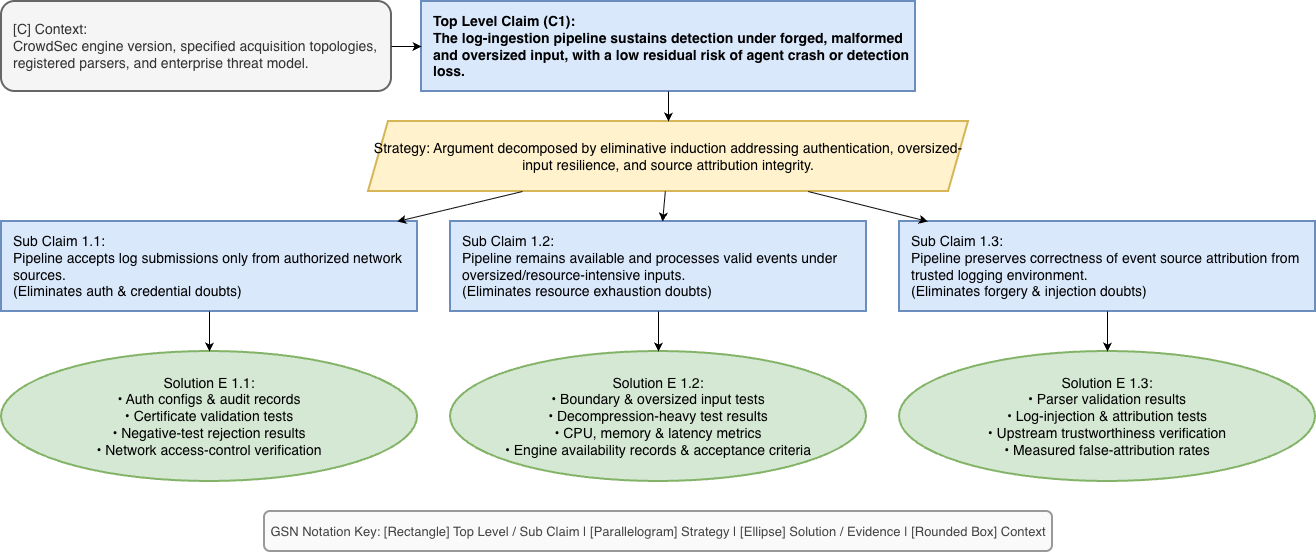
This is resources/static/assurance/final-top-level-C1.png from HapticLazier2/CSCI-8420-Group-2, a draw.io export, as it was before one commit. Source tidied: cells renumbered, new cells last; positions are measured from the earlier drawing's top-left corner, leaving out a move shared by most shapes.
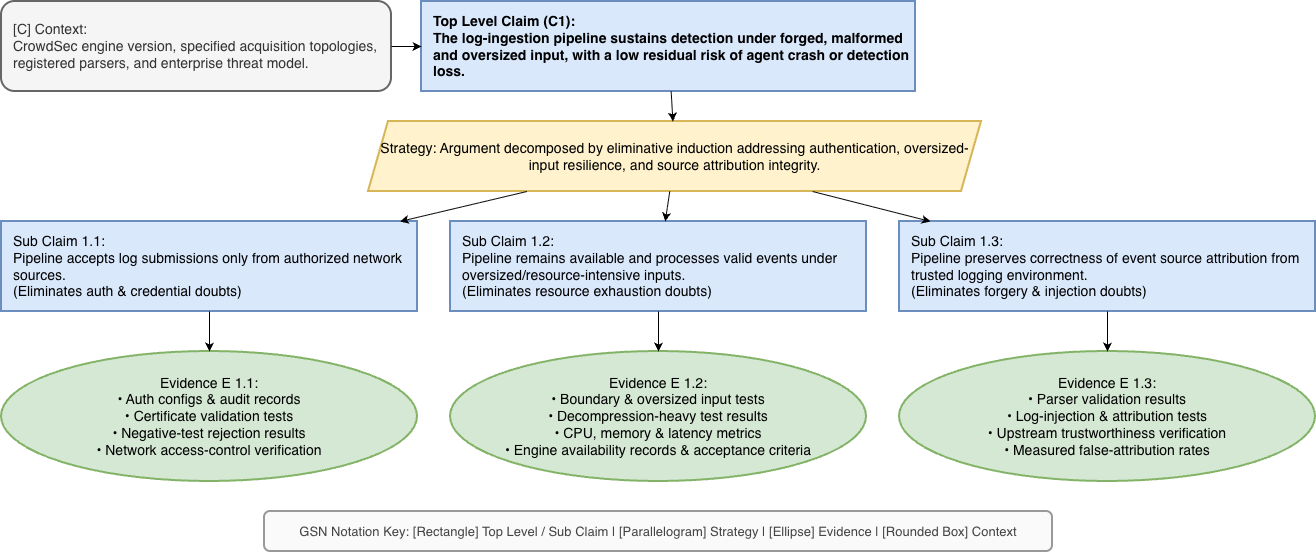
The same diagram one commit later.

Commit message:
Change the diagram wording from Solution to Evidence

Change to the diagram source:
```diff
@@ -12,7 +12,7 @@
       <mxGeometry relative="1" as="geometry" />
     </mxCell>
     <mxCell id="5" value="Strategy: Argument decomposed by eliminative induction addressing authentication, oversized-input resilience, and source attribution integrity." style="shape=parallelogram;perimeter=parallelogramPerimeter;whiteSpace=wrap;html=1;fixedSize=1;fillColor=#fff2cc;strokeColor=#d6b656;strokeWidth=2;align=center;fontSize=14;" parent="1" vertex="1">
-      <mxGeometry x="367" y="120" width="600" height="70" as="geometry" />
+      <mxGeometry x="367" y="120" width="613" height="70" as="geometry" />
     </mxCell>
     <mxCell id="6" parent="1" edge="1" source="3" target="5">
       <mxGeometry relative="1" as="geometry" />
@@ -35,13 +35,13 @@
     <mxCell id="12" parent="1" edge="1" source="5" target="9">
       <mxGeometry relative="1" as="geometry" />
     </mxCell>
-    <mxCell id="13" value="Solution E 1.1:&#10;• Auth configs &amp; audit records&#10;• Certificate validation tests&#10;• Negative-test rejection results&#10;• Network access-control verification" style="shape=ellipse;whiteSpace=wrap;html=1;fillColor=#d5e8d4;strokeColor=#82b366;strokeWidth=2;align=center;fontSize=14;" parent="1" vertex="1">
+    <mxCell id="13" value="Evidence E 1.1:&#10;• Auth configs &amp; audit records&#10;• Certificate validation tests&#10;• Negative-test rejection results&#10;• Network access-control verification" style="shape=ellipse;whiteSpace=wrap;html=1;fillColor=#d5e8d4;strokeColor=#82b366;strokeWidth=2;align=center;fontSize=14;" parent="1" vertex="1">
       <mxGeometry y="350" width="416" height="130" as="geometry" />
     </mxCell>
-    <mxCell id="14" value="Solution E 1.2:&#10;• Boundary &amp; oversized input tests&#10;• Decompression-heavy test results&#10;• CPU, memory &amp; latency metrics&#10;• Engine availability records &amp; acceptance criteria" style="shape=ellipse;whiteSpace=wrap;html=1;fillColor=#d5e8d4;strokeColor=#82b366;strokeWidth=2;align=center;fontSize=14;" parent="1" vertex="1">
+    <mxCell id="14" value="Evidence E 1.2:&#10;• Boundary &amp; oversized input tests&#10;• Decompression-heavy test results&#10;• CPU, memory &amp; latency metrics&#10;• Engine availability records &amp; acceptance criteria" style="shape=ellipse;whiteSpace=wrap;html=1;fillColor=#d5e8d4;strokeColor=#82b366;strokeWidth=2;align=center;fontSize=14;" parent="1" vertex="1">
       <mxGeometry x="449" y="350" width="416" height="130" as="geometry" />
     </mxCell>
-    <mxCell id="15" value="Solution E 1.3:&#10;• Parser validation results&#10;• Log-injection &amp; attribution tests&#10;• Upstream trustworthiness verification&#10;• Measured false-attribution rates" style="shape=ellipse;whiteSpace=wrap;html=1;fillColor=#d5e8d4;strokeColor=#82b366;strokeWidth=2;align=center;fontSize=14;" parent="1" vertex="1">
+    <mxCell id="15" value="Evidence E 1.3:&#10;• Parser validation results&#10;• Log-injection &amp; attribution tests&#10;• Upstream trustworthiness verification&#10;• Measured false-attribution rates" style="shape=ellipse;whiteSpace=wrap;html=1;fillColor=#d5e8d4;strokeColor=#82b366;strokeWidth=2;align=center;fontSize=14;" parent="1" vertex="1">
       <mxGeometry x="898" y="350" width="416" height="130" as="geometry" />
     </mxCell>
     <mxCell id="16" parent="1" edge="1" source="7" target="13">
@@ -53,7 +53,7 @@
     <mxCell id="18" parent="1" edge="1" source="9" target="15">
       <mxGeometry relative="1" as="geometry" />
     </mxCell>
-    <mxCell id="19" value="GSN Notation Key:  [Rectangle] Top Level / Sub Claim  |  [Parallelogram] Strategy  |  [Ellipse] Solution / Evidence  |  [Rounded Box] Context" style="rounded=1;whiteSpace=wrap;html=1;fillColor=#fafafa;strokeColor=#999999;strokeWidth=2;fontColor=#444444;align=center;fontSize=13;fontStyle=0;" parent="1" vertex="1">
+    <mxCell id="19" value="GSN Notation Key:  [Rectangle] Top Level / Sub Claim  |  [Parallelogram] Strategy  |  [Ellipse] Evidence  |  [Rounded Box] Context" style="rounded=1;whiteSpace=wrap;html=1;fillColor=#fafafa;strokeColor=#999999;strokeWidth=2;fontColor=#444444;align=center;fontSize=13;fontStyle=0;" parent="1" vertex="1">
       <mxGeometry x="263" y="510" width="788" height="40" as="geometry" />
     </mxCell>
   </root>
```
